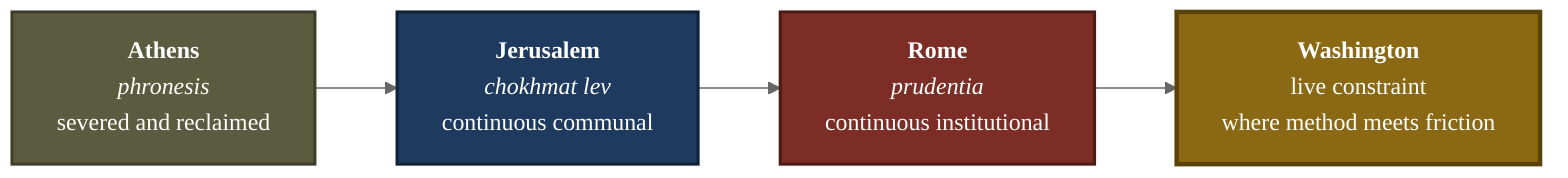
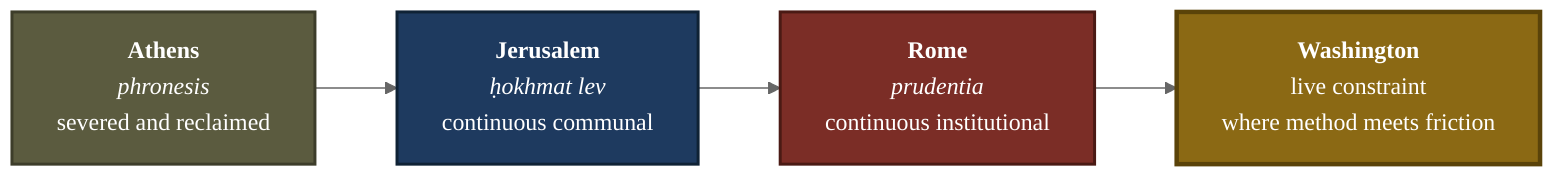
%%{init: {'theme':'neutral','flowchart':{'curve':'basis','nodeSpacing':45,'rankSpacing':55},'themeVariables':{'fontSize':'16px','fontFamily':'Georgia, serif'}}}%%
flowchart LR
  classDef secular fill:#5B5B3F,color:#FFFFFF,stroke:#3D3D2A,stroke-width:2px
  classDef jewish fill:#1E3A5F,color:#FFFFFF,stroke:#0F2235,stroke-width:2px
  classDef catholic fill:#7B2D26,color:#FFFFFF,stroke:#4A1A14,stroke-width:2px
  classDef present fill:#8B6914,color:#FFFFFF,stroke:#5A4309,stroke-width:3px

  A["<b>Athens</b><br/><i>phronesis</i><br/>severed and reclaimed"]:::secular
-   J["<b>Jerusalem</b><br/><i>chokhmat lev</i><br/>continuous communal"]:::jewish
+   J["<b>Jerusalem</b><br/><i>ḥokhmat lev</i><br/>continuous communal"]:::jewish
  R["<b>Rome</b><br/><i>prudentia</i><br/>continuous institutional"]:::catholic
  W["<b>Washington</b><br/>live constraint<br/>where method meets friction"]:::present

  A --> J --> R --> W
